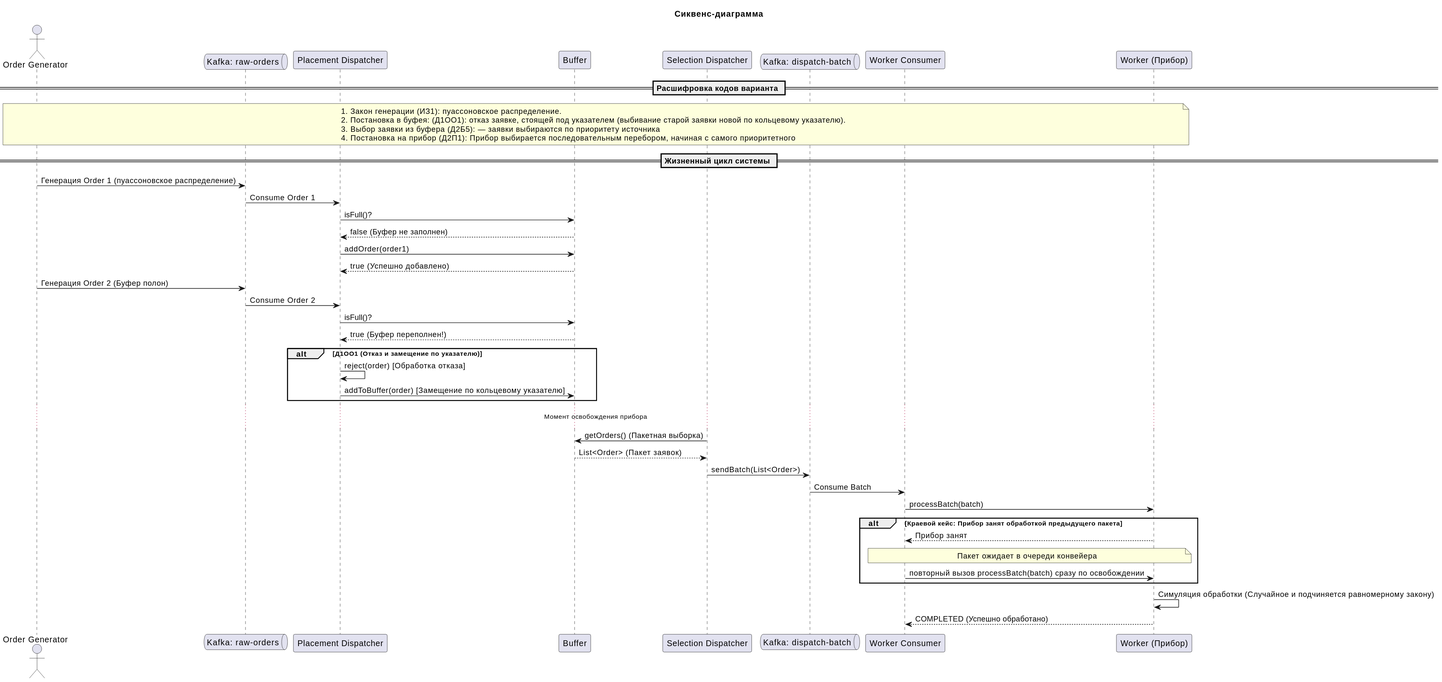
Above: docs/diagrams/sequence/sequence.svg in Mishaa105/order-delivery-management-center (PlantUML), before the change. The source it was exported from:
```plantuml
@startuml
title Сиквенс-диаграмма

actor Generator as "Order Generator"
queue "Kafka: raw-orders" as RawQueue
participant PlacementDispatcher as "Placement Dispatcher"
participant Buffer as "Buffer"
participant SelectionDispatcher as "Selection Dispatcher"
queue "Kafka: dispatch-batch" as BatchQueue
participant OrderBatchKafkaConsumer as "Worker Consumer"
participant Worker as "Worker (Прибор)"

== Расшифровка кодов варианта ==
note over Generator, Worker
  1. Закон генерации (ИЗ1): пуассоновское распределение.
  2. Постановка в буфея: (Д1ОО1): отказ заявке, стоящей под указателем (выбивание старой заявки новой по кольцевому указателю).
  3. Выбор заявки из буфера (Д2Б5):  — заявки выбираются по приоритету источника
  4. Постановка на прибор (Д2П1): Прибор выбирается последовательным перебором, начиная с самого приоритетного
end note

== Жизненный цикл системы ==

Generator -> RawQueue: Генерация Order 1 (пуассоновское распределение)
RawQueue -> PlacementDispatcher: Consume Order 1
PlacementDispatcher -> Buffer: isFull()?
Buffer --> PlacementDispatcher: false (Буфер не заполнен)
PlacementDispatcher -> Buffer: addOrder(order1)
Buffer --> PlacementDispatcher: true (Успешно добавлено)

Generator -> RawQueue: Генерация Order 2 (Буфер полон)
RawQueue -> PlacementDispatcher: Consume Order 2
PlacementDispatcher -> Buffer: isFull()?
Buffer --> PlacementDispatcher: true (Буфер переполнен!)
alt Д1ОО1 (Отказ и замещение по указателю)
    PlacementDispatcher -> PlacementDispatcher: reject(order) [Обработка отказа]
    PlacementDispatcher -> Buffer: addToBuffer(order) [Замещение по кольцевому указателю]
end

... Момент освобождения прибора ...
SelectionDispatcher -> Buffer: getOrders() (Пакетная выборка)
Buffer --> SelectionDispatcher: List<Order> (Пакет заявок)
SelectionDispatcher -> BatchQueue: sendBatch(List<Order>)
BatchQueue -> OrderBatchKafkaConsumer: Consume Batch

OrderBatchKafkaConsumer -> Worker: processBatch(batch)
alt Краевой кейс: Прибор занят обработкой предыдущего пакета
    Worker --> OrderBatchKafkaConsumer: Прибор занят
    Note over OrderBatchKafkaConsumer, Worker: Пакет ожидает в очереди конвейера
    OrderBatchKafkaConsumer -> Worker: повторный вызов processBatch(batch) сразу по освобождении
end

Worker -> Worker: Симуляция обработки (Cлучайное и подчиняется равномерному закону)
Worker --> OrderBatchKafkaConsumer: COMPLETED (Успешно обработано)
@enduml
```
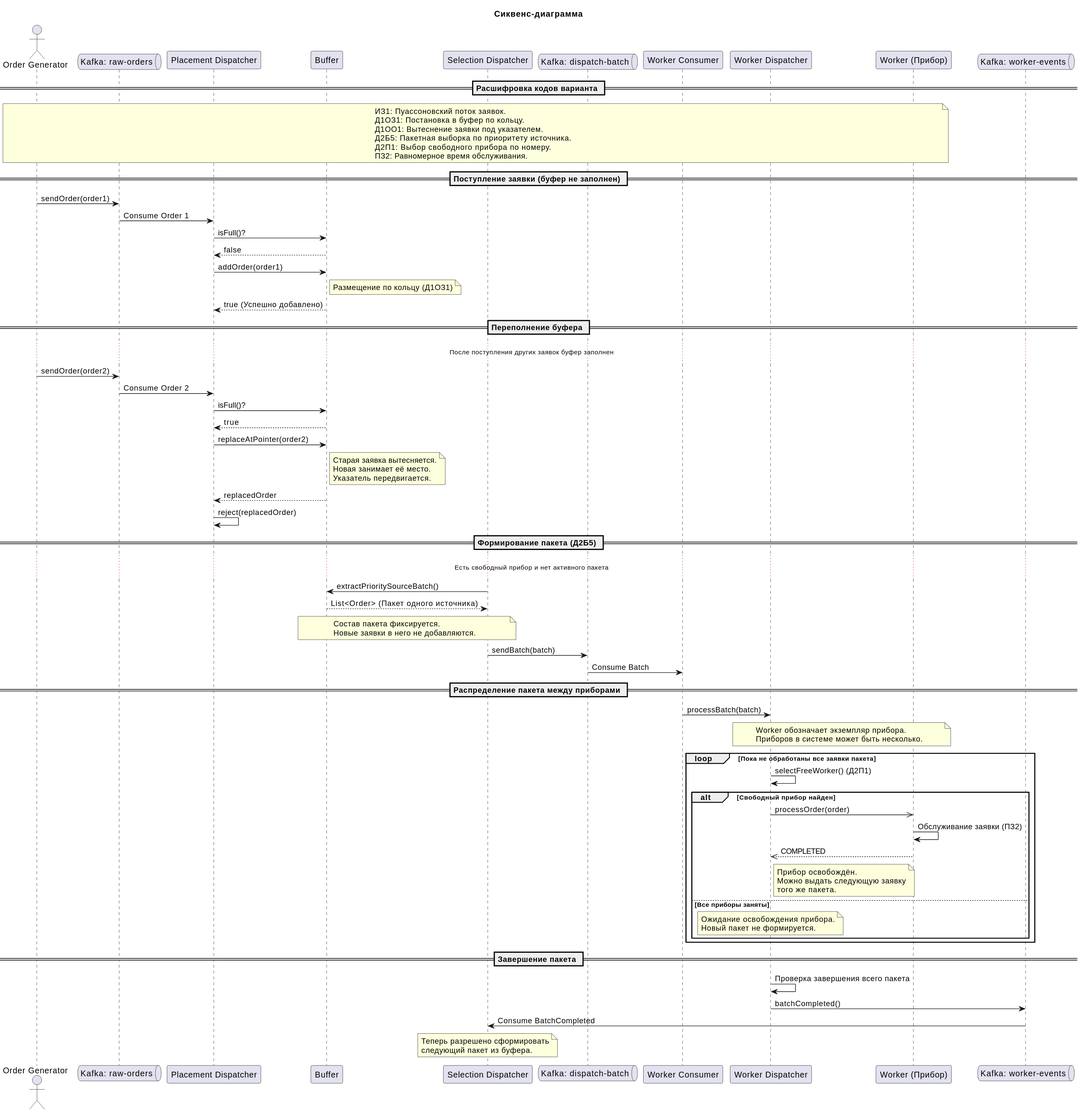
The same file after the commit.

What changed in the source:
```diff
@@ -8,47 +8,106 @@
 participant SelectionDispatcher as "Selection Dispatcher"
 queue "Kafka: dispatch-batch" as BatchQueue
 participant OrderBatchKafkaConsumer as "Worker Consumer"
+participant WorkerDispatcher as "Worker Dispatcher"
 participant Worker as "Worker (Прибор)"
+queue "Kafka: worker-events" as EventsQueue
 
 == Расшифровка кодов варианта ==
+
 note over Generator, Worker
-  1. Закон генерации (ИЗ1): пуассоновское распределение.
-  2. Постановка в буфея: (Д1ОО1): отказ заявке, стоящей под указателем (выбивание старой заявки новой по кольцевому указателю).
-  3. Выбор заявки из буфера (Д2Б5):  — заявки выбираются по приоритету источника
-  4. Постановка на прибор (Д2П1): Прибор выбирается последовательным перебором, начиная с самого приоритетного
+  ИЗ1: Пуассоновский поток заявок.
+  Д1ОЗ1: Постановка в буфер по кольцу.
+  Д1ОО1: Вытеснение заявки под указателем.
+  Д2Б5: Пакетная выборка по приоритету источника.
+  Д2П1: Выбор свободного прибора по номеру.
+  ПЗ2: Равномерное время обслуживания.
 end note
 
-== Жизненный цикл системы ==
+== Поступление заявки (буфер не заполнен) ==
 
-Generator -> RawQueue: Генерация Order 1 (пуассоновское распределение)
+Generator -> RawQueue: sendOrder(order1)
 RawQueue -> PlacementDispatcher: Consume Order 1
+
 PlacementDispatcher -> Buffer: isFull()?
-Buffer --> PlacementDispatcher: false (Буфер не заполнен)
+Buffer --> PlacementDispatcher: false
+
 PlacementDispatcher -> Buffer: addOrder(order1)
+note right of Buffer
+  Размещение по кольцу (Д1ОЗ1)
+end note
 Buffer --> PlacementDispatcher: true (Успешно добавлено)
 
-Generator -> RawQueue: Генерация Order 2 (Буфер полон)
+== Переполнение буфера ==
+
+... После поступления других заявок буфер заполнен ...
+
+Generator -> RawQueue: sendOrder(order2)
 RawQueue -> PlacementDispatcher: Consume Order 2
+
 PlacementDispatcher -> Buffer: isFull()?
-Buffer --> PlacementDispatcher: true (Буфер переполнен!)
-alt Д1ОО1 (Отказ и замещение по указателю)
-    PlacementDispatcher -> PlacementDispatcher: reject(order) [Обработка отказа]
-    PlacementDispatcher -> Buffer: addToBuffer(order) [Замещение по кольцевому указателю]
+Buffer --> PlacementDispatcher: true
+
+PlacementDispatcher -> Buffer: replaceAtPointer(order2)
+note right of Buffer
+  Старая заявка вытесняется.
+  Новая занимает её место.
+  Указатель передвигается.
+end note
+Buffer --> PlacementDispatcher: replacedOrder
+PlacementDispatcher -> PlacementDispatcher: reject(replacedOrder)
+
+== Формирование пакета (Д2Б5) ==
+
+... Есть свободный прибор и нет активного пакета ...
+
+SelectionDispatcher -> Buffer: extractPrioritySourceBatch()
+Buffer --> SelectionDispatcher: List<Order> (Пакет одного источника)
+
+note over SelectionDispatcher, Buffer
+  Состав пакета фиксируется.
+  Новые заявки в него не добавляются.
+end note
+
+SelectionDispatcher -> BatchQueue: sendBatch(batch)
+BatchQueue -> OrderBatchKafkaConsumer: Consume Batch
+
+== Распределение пакета между приборами ==
+
+OrderBatchKafkaConsumer -> WorkerDispatcher: processBatch(batch)
+
+note over WorkerDispatcher, Worker
+  Worker обозначает экземпляр прибора.
+  Приборов в системе может быть несколько.
+end note
+
+loop Пока не обработаны все заявки пакета
+    WorkerDispatcher -> WorkerDispatcher: selectFreeWorker() (Д2П1)
+
+    alt Свободный прибор найден
+        WorkerDispatcher ->> Worker: processOrder(order)
+        Worker -> Worker: Обслуживание заявки (ПЗ2)
+        Worker -->> WorkerDispatcher: COMPLETED
+        note right of WorkerDispatcher
+          Прибор освобождён.
+          Можно выдать следующую заявку
+          того же пакета.
+        end note
+    else Все приборы заняты
+        note over WorkerDispatcher
+          Ожидание освобождения прибора.
+          Новый пакет не формируется.
+        end note
+    end
 end
 
-... Момент освобождения прибора ...
-SelectionDispatcher -> Buffer: getOrders() (Пакетная выборка)
-Buffer --> SelectionDispatcher: List<Order> (Пакет заявок)
-SelectionDispatcher -> BatchQueue: sendBatch(List<Order>)
-BatchQueue -> OrderBatchKafkaConsumer: Consume Batch
+== Завершение пакета ==
 
-OrderBatchKafkaConsumer -> Worker: processBatch(batch)
-alt Краевой кейс: Прибор занят обработкой предыдущего пакета
-    Worker --> OrderBatchKafkaConsumer: Прибор занят
-    Note over OrderBatchKafkaConsumer, Worker: Пакет ожидает в очереди конвейера
-    OrderBatchKafkaConsumer -> Worker: повторный вызов processBatch(batch) сразу по освобождении
-end
+WorkerDispatcher -> WorkerDispatcher: Проверка завершения всего пакета
+WorkerDispatcher -> EventsQueue: batchCompleted()
+EventsQueue -> SelectionDispatcher: Consume BatchCompleted
 
-Worker -> Worker: Симуляция обработки (Cлучайное и подчиняется равномерному закону)
-Worker --> OrderBatchKafkaConsumer: COMPLETED (Успешно обработано)
+note over SelectionDispatcher
+  Теперь разрешено сформировать
+  следующий пакет из буфера.
+end note
 @enduml
```
